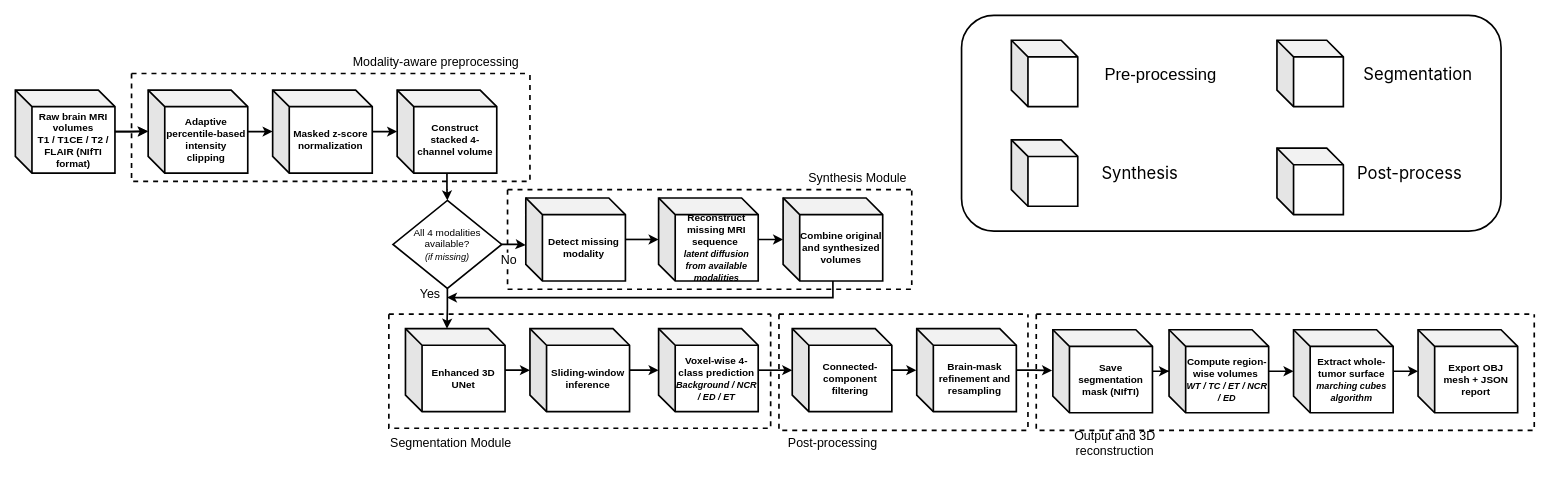
Before: page "system architecture" (1 of 6) of Biểu đồ không có tiêu đề.drawio in FanchonSora/thesis-project, a draw.io diagram. Source tidied: cells renumbered, new cells numbered last; positions are measured from the earlier drawing's top-left corner, leaving out a move shared by most shapes. Both pictures are drawn from the tidied source at 83%, with x=0, y=0 at pixel (15, 15).
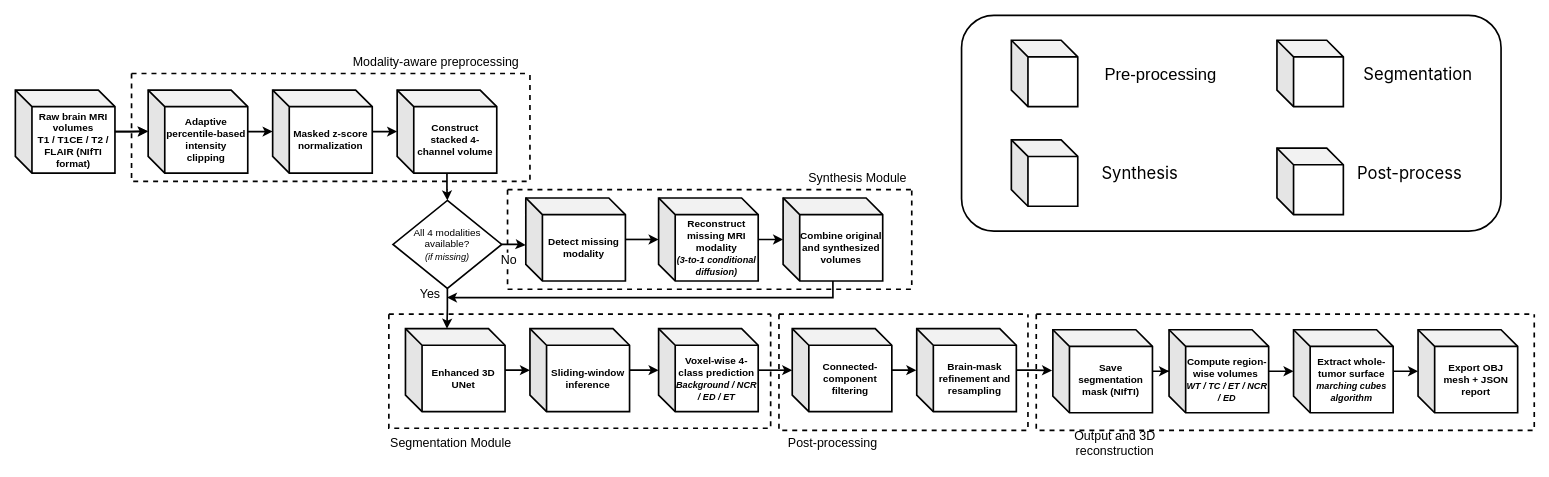
The same diagram, later.

Change to the diagram source:
```diff
@@
-    <mxCell id="19" value="Reconstruct missing MRI sequence&amp;nbsp;&lt;div&gt;&lt;i&gt;&lt;font style=&quot;font-size: 11px;&quot;&gt;latent diffusion from available modalities&lt;/font&gt;&lt;/i&gt;&lt;/div&gt;" style="shape=cube;whiteSpace=wrap;html=1;boundedLbl=1;backgroundOutline=1;darkOpacity=0.05;darkOpacity2=0.1;fillColor=light-dark(#FFFFFF,#FF9933);strokeColor=light-dark(#000000,#000000);strokeWidth=2;fontColor=light-dark(#000000,#000000);fontStyle=1;align=center;" parent="1" vertex="1">
+    <mxCell id="19" value="Reconstruct missing MRI modality&lt;br&gt;&lt;font style=&quot;font-size: 11px;&quot;&gt;&lt;i&gt;(3-to-1 conditional diffusion)&lt;/i&gt;&lt;/font&gt;" style="shape=cube;whiteSpace=wrap;html=1;boundedLbl=1;backgroundOutline=1;darkOpacity=0.05;darkOpacity2=0.1;fillColor=light-dark(#FFFFFF,#FF9933);strokeColor=light-dark(#000000,#000000);strokeWidth=2;fontColor=light-dark(#000000,#000000);fontStyle=1;align=center;" parent="1" vertex="1">
       <mxGeometry x="775" y="220" width="120" height="100" as="geometry" />
     </mxCell>
```
